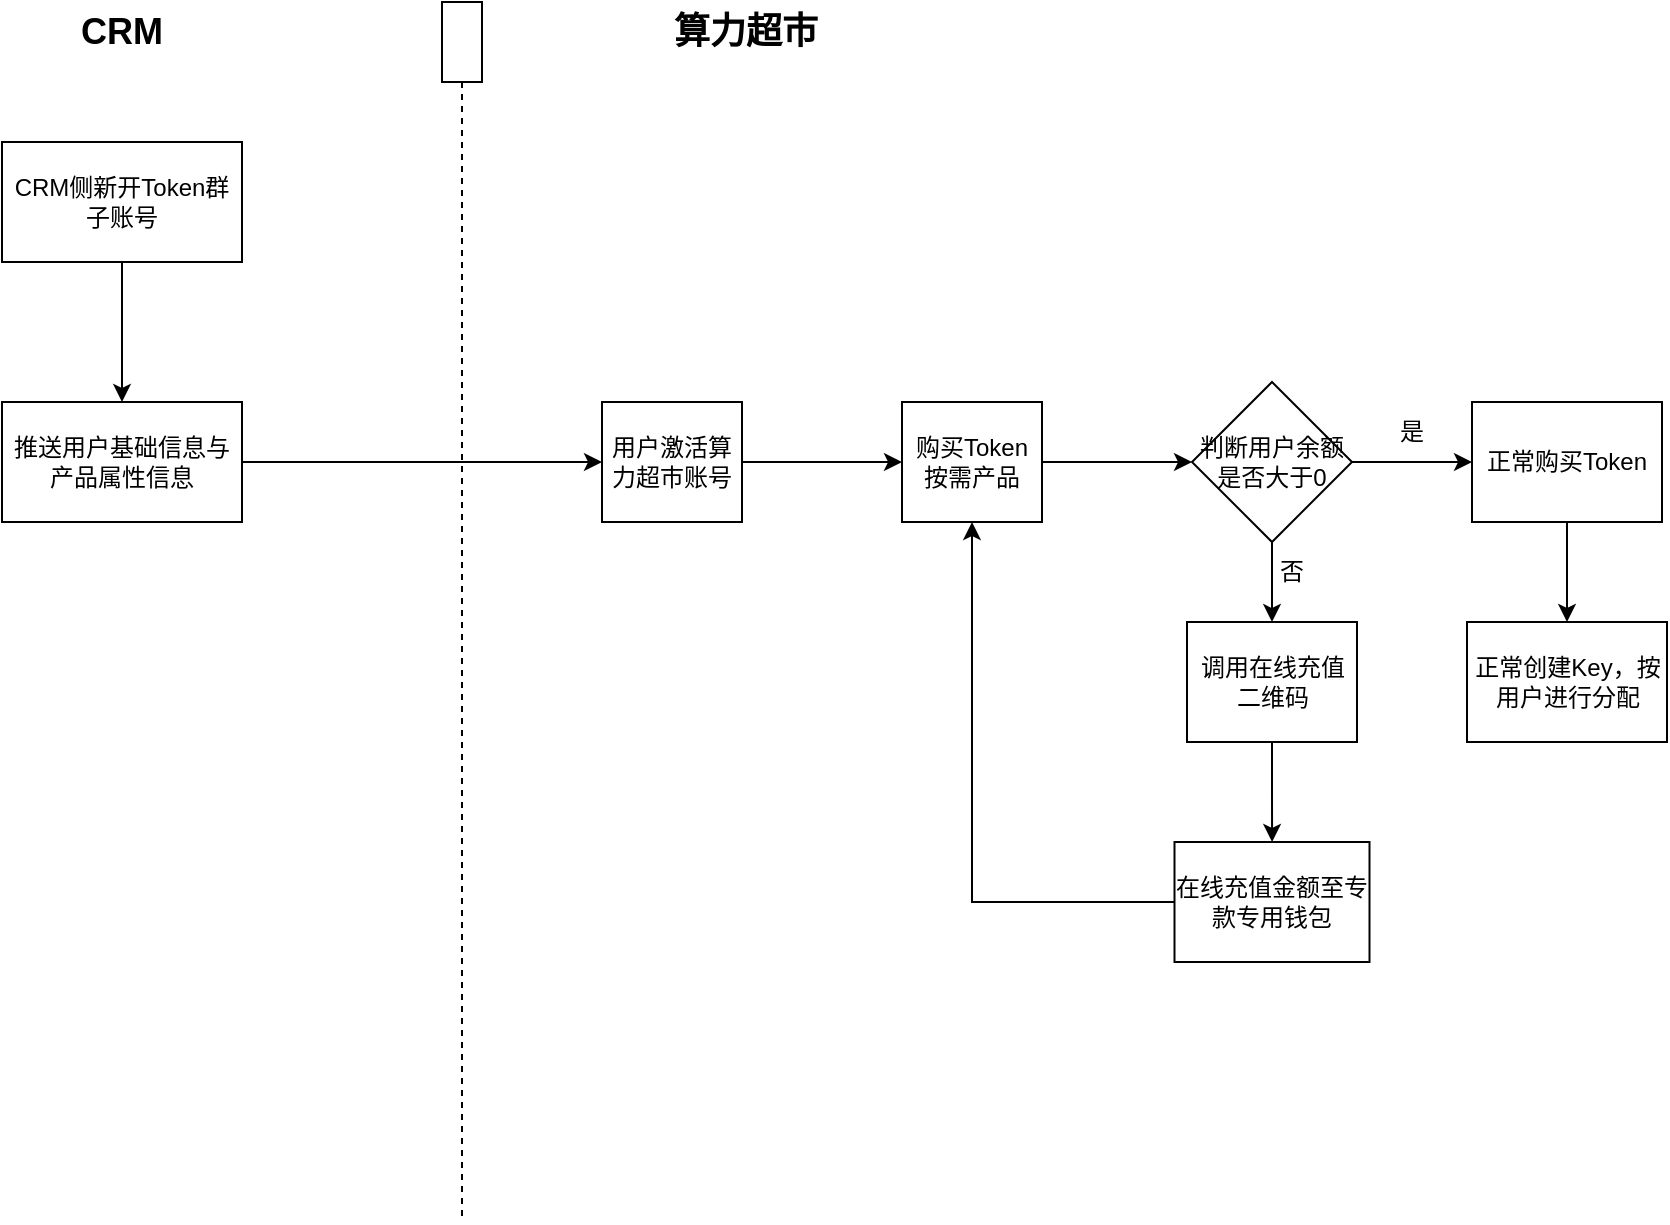
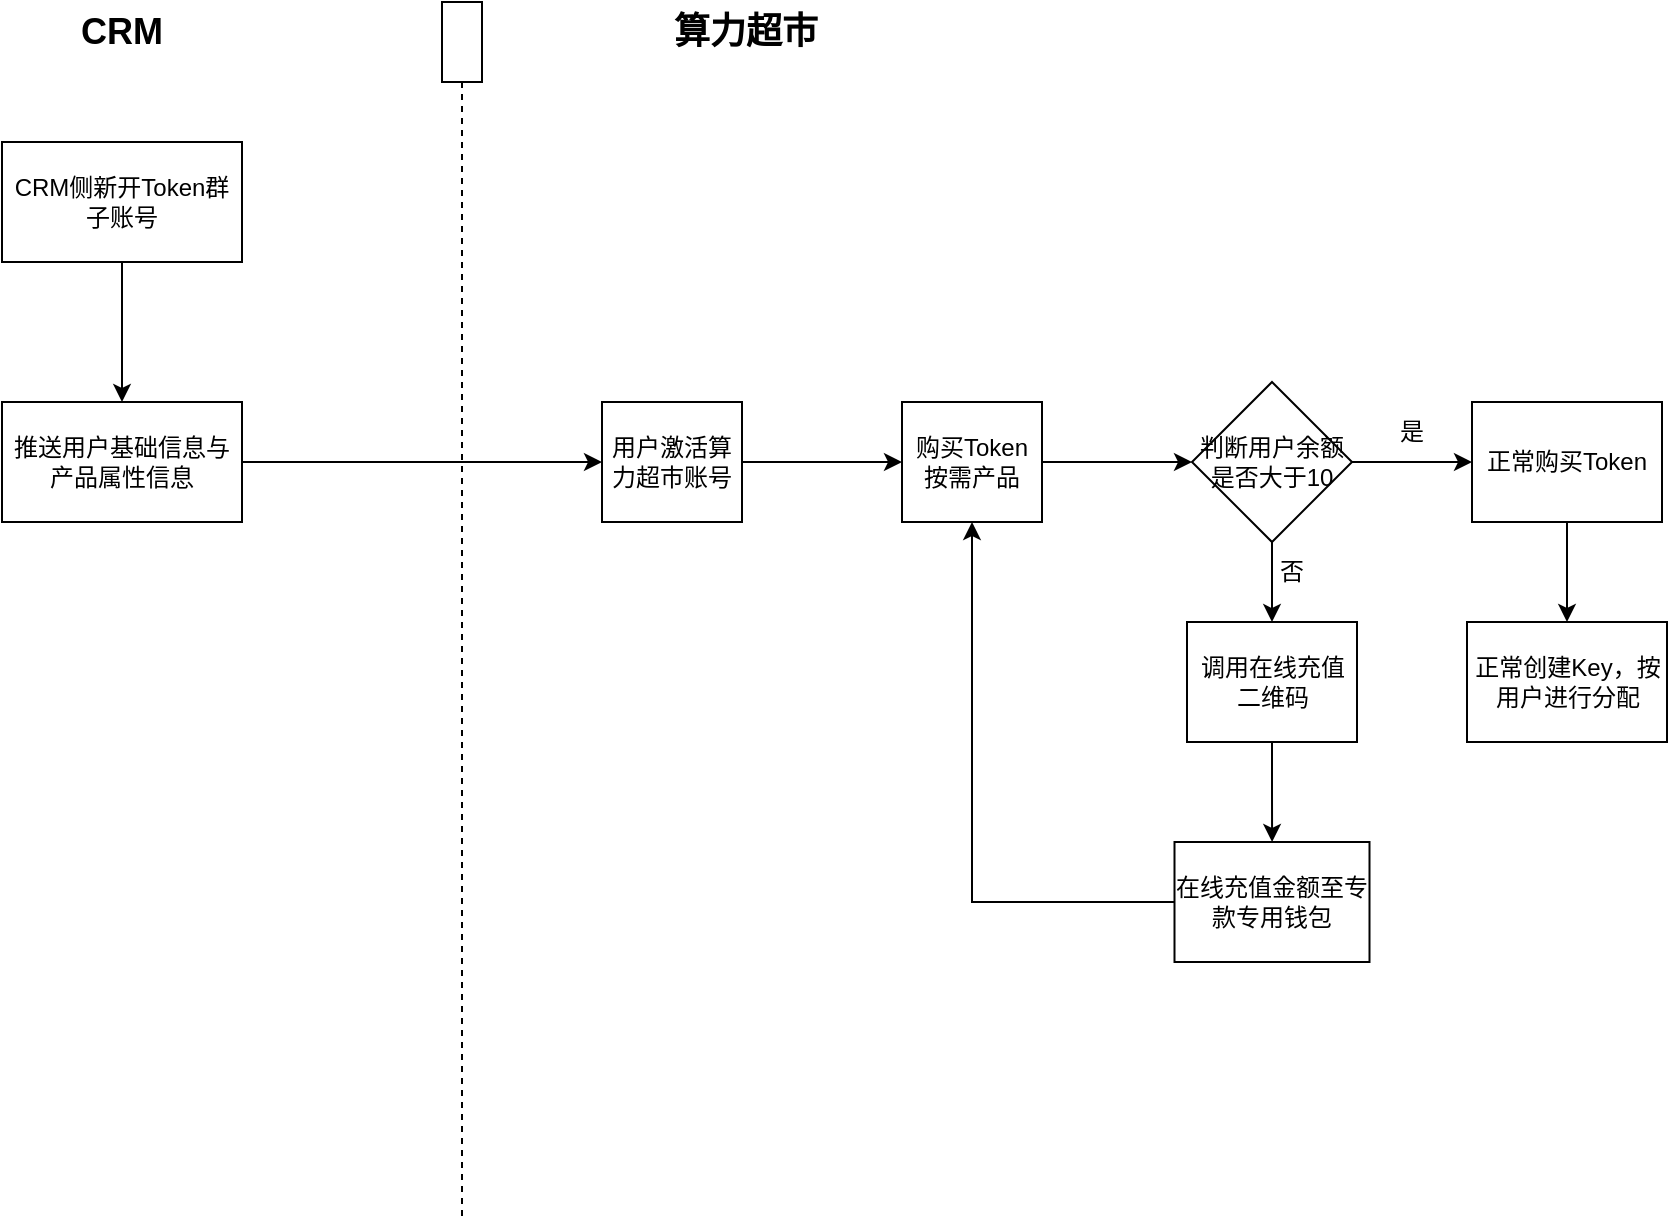
- <mxfile host="app.diagrams.net" pages="2">
+ <mxfile host="app.diagrams.net" pages="3">
  <diagram name="订购流程" id="AQjDujfQTNReucyWCHzX">
    <mxGraphModel dx="1022" dy="598" grid="1" gridSize="10" guides="1" tooltips="1" connect="1" arrows="1" fold="1" page="1" pageScale="1" pageWidth="827" pageHeight="1169" math="0" shadow="0">
      <root>
        <mxCell id="0" />
        <mxCell id="1" parent="0" />
        <mxCell id="CEaLPyawCCBcNyB-U0SB-2" edge="1" parent="1" source="UjK-lL8y8fFmidLC2YN5-1" style="edgeStyle=orthogonalEdgeStyle;rounded=0;orthogonalLoop=1;jettySize=auto;html=1;" target="CEaLPyawCCBcNyB-U0SB-1" value="">
          <mxGeometry relative="1" as="geometry" />
        </mxCell>
        <mxCell id="UjK-lL8y8fFmidLC2YN5-1" parent="1" style="rounded=0;whiteSpace=wrap;html=1;" value="CRM侧新开Token群子账号" vertex="1">
          <mxGeometry height="60" width="120" x="50" y="130" as="geometry" />
        </mxCell>
        <mxCell id="UjK-lL8y8fFmidLC2YN5-3" parent="1" style="shape=umlLifeline;perimeter=lifelinePerimeter;whiteSpace=wrap;html=1;container=1;dropTarget=0;collapsible=0;recursiveResize=0;outlineConnect=0;portConstraint=eastwest;newEdgeStyle={&quot;curved&quot;:0,&quot;rounded&quot;:0};" value="" vertex="1">
          <mxGeometry height="610" width="20" x="270" y="60" as="geometry" />
        </mxCell>
        <mxCell id="UjK-lL8y8fFmidLC2YN5-4" parent="1" style="text;html=1;whiteSpace=wrap;strokeColor=none;fillColor=none;align=center;verticalAlign=middle;rounded=0;" value="&lt;b&gt;&lt;font style=&quot;font-size: 18px;&quot;&gt;CRM&lt;/font&gt;&lt;/b&gt;" vertex="1">
          <mxGeometry height="30" width="60" x="80" y="60" as="geometry" />
        </mxCell>
        <mxCell id="UjK-lL8y8fFmidLC2YN5-5" parent="1" style="text;html=1;whiteSpace=wrap;strokeColor=none;fillColor=none;align=center;verticalAlign=middle;rounded=0;" value="&lt;b&gt;&lt;font style=&quot;font-size: 18px;&quot;&gt;算力超市&lt;/font&gt;&lt;/b&gt;" vertex="1">
          <mxGeometry height="30" width="76" x="384" y="60" as="geometry" />
        </mxCell>
        <mxCell id="CEaLPyawCCBcNyB-U0SB-4" edge="1" parent="1" source="CEaLPyawCCBcNyB-U0SB-1" style="edgeStyle=orthogonalEdgeStyle;rounded=0;orthogonalLoop=1;jettySize=auto;html=1;" target="CEaLPyawCCBcNyB-U0SB-3" value="">
          <mxGeometry relative="1" as="geometry" />
        </mxCell>
        <mxCell id="CEaLPyawCCBcNyB-U0SB-1" parent="1" style="whiteSpace=wrap;html=1;rounded=0;" value="推送用户基础信息与产品属性信息" vertex="1">
          <mxGeometry height="60" width="120" x="50" y="260" as="geometry" />
        </mxCell>
        <mxCell id="CEaLPyawCCBcNyB-U0SB-6" edge="1" parent="1" source="CEaLPyawCCBcNyB-U0SB-3" style="edgeStyle=orthogonalEdgeStyle;rounded=0;orthogonalLoop=1;jettySize=auto;html=1;" target="CEaLPyawCCBcNyB-U0SB-5" value="">
          <mxGeometry relative="1" as="geometry" />
        </mxCell>
        <mxCell id="CEaLPyawCCBcNyB-U0SB-3" parent="1" style="whiteSpace=wrap;html=1;rounded=0;" value="用户激活算力超市账号" vertex="1">
          <mxGeometry height="60" width="70" x="350" y="260" as="geometry" />
        </mxCell>
        <mxCell id="CEaLPyawCCBcNyB-U0SB-10" edge="1" parent="1" source="CEaLPyawCCBcNyB-U0SB-5" style="edgeStyle=orthogonalEdgeStyle;rounded=0;orthogonalLoop=1;jettySize=auto;html=1;" target="CEaLPyawCCBcNyB-U0SB-9" value="">
          <mxGeometry relative="1" as="geometry" />
        </mxCell>
        <mxCell id="CEaLPyawCCBcNyB-U0SB-5" parent="1" style="whiteSpace=wrap;html=1;rounded=0;" value="购买Token按需产品" vertex="1">
          <mxGeometry height="60" width="70" x="500" y="260" as="geometry" />
        </mxCell>
        <mxCell id="CEaLPyawCCBcNyB-U0SB-12" edge="1" parent="1" source="CEaLPyawCCBcNyB-U0SB-9" style="edgeStyle=orthogonalEdgeStyle;rounded=0;orthogonalLoop=1;jettySize=auto;html=1;" target="CEaLPyawCCBcNyB-U0SB-11" value="">
          <mxGeometry relative="1" as="geometry" />
        </mxCell>
        <mxCell id="CEaLPyawCCBcNyB-U0SB-20" edge="1" parent="1" source="CEaLPyawCCBcNyB-U0SB-9" style="edgeStyle=orthogonalEdgeStyle;rounded=0;orthogonalLoop=1;jettySize=auto;html=1;exitX=0.5;exitY=1;exitDx=0;exitDy=0;entryX=0.5;entryY=0;entryDx=0;entryDy=0;" target="CEaLPyawCCBcNyB-U0SB-18">
          <mxGeometry relative="1" as="geometry" />
        </mxCell>
-         <mxCell id="CEaLPyawCCBcNyB-U0SB-9" parent="1" style="rhombus;whiteSpace=wrap;html=1;rounded=0;" value="判断用户余额是否大于0" vertex="1">
+         <mxCell id="CEaLPyawCCBcNyB-U0SB-9" parent="1" style="rhombus;whiteSpace=wrap;html=1;rounded=0;" value="判断用户余额是否大于10" vertex="1">
          <mxGeometry height="80" width="80" x="645" y="250" as="geometry" />
        </mxCell>
        <mxCell id="CEaLPyawCCBcNyB-U0SB-15" edge="1" parent="1" source="CEaLPyawCCBcNyB-U0SB-11" style="edgeStyle=orthogonalEdgeStyle;rounded=0;orthogonalLoop=1;jettySize=auto;html=1;" target="CEaLPyawCCBcNyB-U0SB-14" value="">
          <mxGeometry relative="1" as="geometry" />
        </mxCell>
        <mxCell id="CEaLPyawCCBcNyB-U0SB-11" parent="1" style="whiteSpace=wrap;html=1;rounded=0;" value="正常购买Token" vertex="1">
          <mxGeometry height="60" width="95" x="785" y="260" as="geometry" />
        </mxCell>
        <mxCell id="CEaLPyawCCBcNyB-U0SB-13" parent="1" style="text;html=1;whiteSpace=wrap;strokeColor=none;fillColor=none;align=center;verticalAlign=middle;rounded=0;" value="是" vertex="1">
          <mxGeometry height="30" width="60" x="725" y="260" as="geometry" />
        </mxCell>
        <mxCell id="CEaLPyawCCBcNyB-U0SB-14" parent="1" style="whiteSpace=wrap;html=1;rounded=0;" value="正常创建Key，按用户进行分配" vertex="1">
          <mxGeometry height="60" width="100" x="782.5" y="370" as="geometry" />
        </mxCell>
        <mxCell id="CEaLPyawCCBcNyB-U0SB-23" edge="1" parent="1" source="CEaLPyawCCBcNyB-U0SB-18" style="edgeStyle=orthogonalEdgeStyle;rounded=0;orthogonalLoop=1;jettySize=auto;html=1;" target="CEaLPyawCCBcNyB-U0SB-22" value="">
          <mxGeometry relative="1" as="geometry" />
        </mxCell>
        <mxCell id="CEaLPyawCCBcNyB-U0SB-18" parent="1" style="whiteSpace=wrap;html=1;rounded=0;" value="调用在线充值二维码" vertex="1">
          <mxGeometry height="60" width="85" x="642.5" y="370" as="geometry" />
        </mxCell>
        <mxCell id="CEaLPyawCCBcNyB-U0SB-21" parent="1" style="text;html=1;whiteSpace=wrap;strokeColor=none;fillColor=none;align=center;verticalAlign=middle;rounded=0;" value="否" vertex="1">
          <mxGeometry height="30" width="60" x="665" y="330" as="geometry" />
        </mxCell>
        <mxCell id="CEaLPyawCCBcNyB-U0SB-24" edge="1" parent="1" source="CEaLPyawCCBcNyB-U0SB-22" style="edgeStyle=orthogonalEdgeStyle;rounded=0;orthogonalLoop=1;jettySize=auto;html=1;entryX=0.5;entryY=1;entryDx=0;entryDy=0;" target="CEaLPyawCCBcNyB-U0SB-5">
          <mxGeometry relative="1" as="geometry" />
        </mxCell>
        <mxCell id="CEaLPyawCCBcNyB-U0SB-22" parent="1" style="whiteSpace=wrap;html=1;rounded=0;" value="在线充值金额至专款专用钱包" vertex="1">
          <mxGeometry height="60" width="97.5" x="636.25" y="480" as="geometry" />
        </mxCell>
      </root>
    </mxGraphModel>
  </diagram>
  <diagram id="U_ktPjY2LIxY_4tJieZs" name="使用流程">
    <mxGraphModel dx="1022" dy="598" grid="1" gridSize="10" guides="1" tooltips="1" connect="1" arrows="1" fold="1" page="1" pageScale="1" pageWidth="827" pageHeight="1169" math="0" shadow="0">
      <root>
        <mxCell id="0" />
        <mxCell id="1" parent="0" />
        <mxCell id="o0ACRYzJzNpzrkVZlpqy-5" parent="1" style="text;html=1;whiteSpace=wrap;strokeColor=none;fillColor=none;align=center;verticalAlign=middle;rounded=0;" value="&lt;b&gt;&lt;font style=&quot;font-size: 18px;&quot;&gt;算力超市&lt;/font&gt;&lt;/b&gt;" vertex="1">
          <mxGeometry height="30" width="76" x="376" y="80" as="geometry" />
        </mxCell>
        <mxCell id="o0ACRYzJzNpzrkVZlpqy-12" edge="1" parent="1" source="o0ACRYzJzNpzrkVZlpqy-10" style="edgeStyle=orthogonalEdgeStyle;rounded=0;orthogonalLoop=1;jettySize=auto;html=1;" target="o0ACRYzJzNpzrkVZlpqy-11" value="">
          <mxGeometry relative="1" as="geometry" />
        </mxCell>
        <mxCell id="o0ACRYzJzNpzrkVZlpqy-10" parent="1" style="rounded=0;whiteSpace=wrap;html=1;" value="登录算力超市" vertex="1">
          <mxGeometry height="60" width="120" x="70" y="160" as="geometry" />
        </mxCell>
        <mxCell id="o0ACRYzJzNpzrkVZlpqy-14" edge="1" parent="1" source="o0ACRYzJzNpzrkVZlpqy-11" style="edgeStyle=orthogonalEdgeStyle;rounded=0;orthogonalLoop=1;jettySize=auto;html=1;" target="o0ACRYzJzNpzrkVZlpqy-13" value="">
          <mxGeometry relative="1" as="geometry" />
        </mxCell>
        <mxCell id="o0ACRYzJzNpzrkVZlpqy-11" parent="1" style="rounded=0;whiteSpace=wrap;html=1;" value="点击Token资源包" vertex="1">
          <mxGeometry height="60" width="120" x="270" y="160" as="geometry" />
        </mxCell>
        <mxCell id="o0ACRYzJzNpzrkVZlpqy-16" edge="1" parent="1" source="o0ACRYzJzNpzrkVZlpqy-13" style="edgeStyle=orthogonalEdgeStyle;rounded=0;orthogonalLoop=1;jettySize=auto;html=1;" target="o0ACRYzJzNpzrkVZlpqy-15" value="">
          <mxGeometry relative="1" as="geometry" />
        </mxCell>
        <mxCell id="o0ACRYzJzNpzrkVZlpqy-13" parent="1" style="rounded=0;whiteSpace=wrap;html=1;" value="点击Token资源管理" vertex="1">
          <mxGeometry height="60" width="120" x="470" y="160" as="geometry" />
        </mxCell>
        <mxCell id="o0ACRYzJzNpzrkVZlpqy-18" edge="1" parent="1" source="o0ACRYzJzNpzrkVZlpqy-15" style="edgeStyle=orthogonalEdgeStyle;rounded=0;orthogonalLoop=1;jettySize=auto;html=1;" target="o0ACRYzJzNpzrkVZlpqy-17" value="">
          <mxGeometry relative="1" as="geometry" />
        </mxCell>
        <mxCell id="o0ACRYzJzNpzrkVZlpqy-15" parent="1" style="rounded=0;whiteSpace=wrap;html=1;" value="查看已购买的Token资源列表" vertex="1">
          <mxGeometry height="60" width="120" x="670" y="160" as="geometry" />
        </mxCell>
        <mxCell id="o0ACRYzJzNpzrkVZlpqy-20" edge="1" parent="1" source="o0ACRYzJzNpzrkVZlpqy-17" style="edgeStyle=orthogonalEdgeStyle;rounded=0;orthogonalLoop=1;jettySize=auto;html=1;" target="o0ACRYzJzNpzrkVZlpqy-19" value="">
          <mxGeometry relative="1" as="geometry" />
        </mxCell>
        <mxCell id="o0ACRYzJzNpzrkVZlpqy-17" parent="1" style="rounded=0;whiteSpace=wrap;html=1;" value="获取平台服务地址与已购买的API KEY" vertex="1">
          <mxGeometry height="60" width="120" x="670" y="300" as="geometry" />
        </mxCell>
        <mxCell id="o0ACRYzJzNpzrkVZlpqy-22" edge="1" parent="1" source="o0ACRYzJzNpzrkVZlpqy-19" style="edgeStyle=orthogonalEdgeStyle;rounded=0;orthogonalLoop=1;jettySize=auto;html=1;" target="o0ACRYzJzNpzrkVZlpqy-21" value="">
          <mxGeometry relative="1" as="geometry" />
        </mxCell>
        <mxCell id="o0ACRYzJzNpzrkVZlpqy-19" parent="1" style="rounded=0;whiteSpace=wrap;html=1;" value="将获取的API KEY与服务地址填入第三方工具中，进行使用" vertex="1">
          <mxGeometry height="60" width="120" x="470" y="300" as="geometry" />
        </mxCell>
        <mxCell id="o0ACRYzJzNpzrkVZlpqy-21" parent="1" style="rounded=0;whiteSpace=wrap;html=1;" value="登录平台查看实时用量信息与账单信息" vertex="1">
          <mxGeometry height="60" width="120" x="270" y="300" as="geometry" />
        </mxCell>
      </root>
    </mxGraphModel>
  </diagram>
+   <diagram id="i4t1eXxwbVpn5-p9DR92" name="第 3 页">
+     <mxGraphModel grid="1" page="1" gridSize="10" guides="1" tooltips="1" connect="1" arrows="1" fold="1" pageScale="1" pageWidth="827" pageHeight="1169" math="0" shadow="0">
+       <root>
+         <mxCell id="0" />
+         <mxCell id="1" parent="0" />
+       </root>
+     </mxGraphModel>
+   </diagram>
</mxfile>
